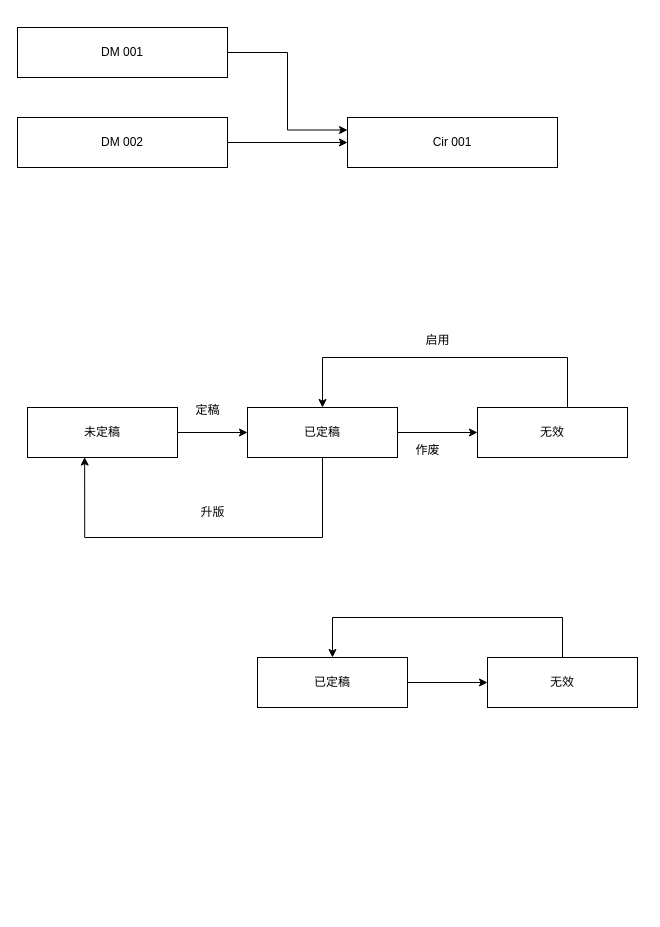
Earlier version of the draw.io diagram csdb/cir与DM的关联关系.drawio (DemonHan/KuickBuy). Source tidied: cells renumbered, new cells numbered last; positions are measured from the earlier drawing's top-left corner, leaving out a move shared by most shapes. Both pictures are drawn from the tidied source at 100%, with x=0, y=0 at pixel (17, 27).
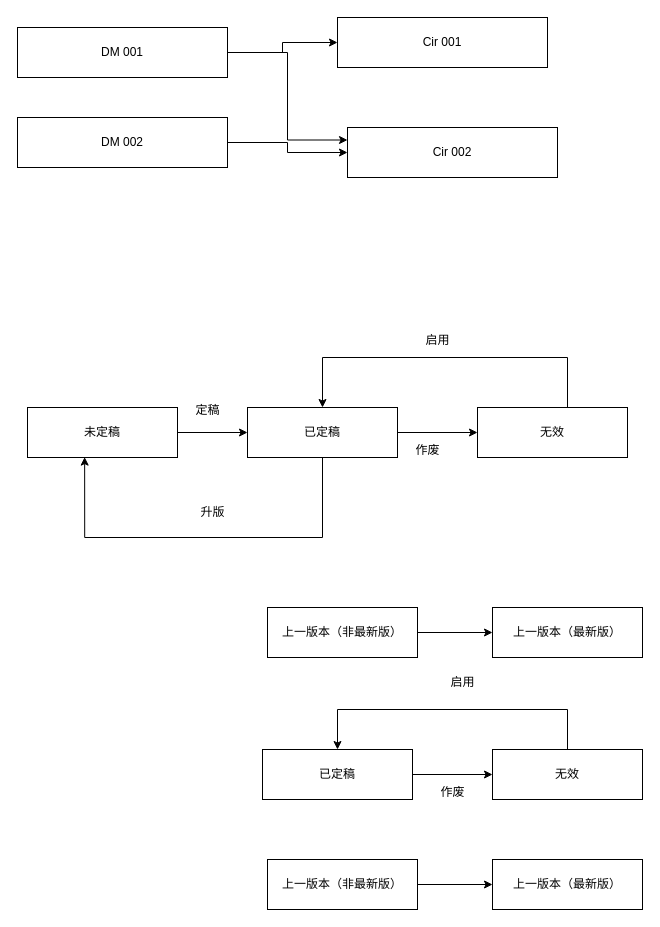
Above is the later version.

Commit message (it also covers changes not shown here):
更新cir与DM的关联关系.drawio

Unchanged cells that the change refers to:
```xml
<mxCell id="3" value="DM 001" style="rounded=0;whiteSpace=wrap;html=1;" parent="1" vertex="1">
  <mxGeometry width="210" height="50" as="geometry" />
</mxCell>
```

The edit, as a diff of the source:
```diff
@@
+    <mxCell id="22" style="edgeStyle=orthogonalEdgeStyle;rounded=0;jettySize=auto;html=1;" parent="1" edge="1" source="3" target="31">
+      <mxGeometry relative="1" as="geometry" />
+    </mxCell>
@@
-    <mxCell id="6" value="Cir 001" style="rounded=0;whiteSpace=wrap;html=1;" parent="1" vertex="1">
-      <mxGeometry x="330" y="90" width="210" height="50" as="geometry" />
+    <mxCell id="6" value="Cir 002" style="rounded=0;whiteSpace=wrap;html=1;" parent="1" vertex="1">
+      <mxGeometry x="330" y="100" width="210" height="50" as="geometry" />
     </mxCell>
@@
     <mxCell id="19" value="已定稿" style="rounded=0;whiteSpace=wrap;html=1;" parent="1" vertex="1">
-      <mxGeometry x="240" y="630" width="150" height="50" as="geometry" />
+      <mxGeometry x="245" y="722" width="150" height="50" as="geometry" />
     </mxCell>
     <mxCell id="20" style="edgeStyle=orthogonalEdgeStyle;rounded=0;jettySize=auto;html=1;entryX=0.5;entryY=0;entryDx=0;entryDy=0;" parent="1" edge="1" source="21" target="19">
       <mxGeometry relative="1" as="geometry">
         <Array as="points">
-          <mxPoint x="545" y="590" />
-          <mxPoint x="315" y="590" />
+          <mxPoint x="550" y="682" />
+          <mxPoint x="320" y="682" />
         </Array>
       </mxGeometry>
     </mxCell>
     <mxCell id="21" value="无效" style="rounded=0;whiteSpace=wrap;html=1;" parent="1" vertex="1">
-      <mxGeometry x="470" y="630" width="150" height="50" as="geometry" />
+      <mxGeometry x="475" y="722" width="150" height="50" as="geometry" />
     </mxCell>
+    <mxCell id="23" value="作废" style="text;html=1;align=center;verticalAlign=middle;strokeColor=none;fillColor=none;" parent="1" vertex="1">
+      <mxGeometry x="410" y="750" width="50" height="30" as="geometry" />
+    </mxCell>
+    <mxCell id="24" value="启用" style="text;html=1;align=center;verticalAlign=middle;strokeColor=none;fillColor=none;" parent="1" vertex="1">
+      <mxGeometry x="420" y="640" width="50" height="30" as="geometry" />
+    </mxCell>
+    <mxCell id="25" style="edgeStyle=orthogonalEdgeStyle;rounded=0;jettySize=auto;html=1;" parent="1" edge="1" source="26" target="27">
+      <mxGeometry relative="1" as="geometry" />
+    </mxCell>
+    <mxCell id="26" value="上一版本（非最新版）" style="rounded=0;whiteSpace=wrap;html=1;" parent="1" vertex="1">
+      <mxGeometry x="250" y="832" width="150" height="50" as="geometry" />
+    </mxCell>
+    <mxCell id="27" value="上一版本（最新版）" style="rounded=0;whiteSpace=wrap;html=1;" parent="1" vertex="1">
+      <mxGeometry x="475" y="832" width="150" height="50" as="geometry" />
+    </mxCell>
+    <mxCell id="28" style="edgeStyle=orthogonalEdgeStyle;rounded=0;jettySize=auto;html=1;" parent="1" edge="1" source="29" target="30">
+      <mxGeometry relative="1" as="geometry" />
+    </mxCell>
+    <mxCell id="29" value="上一版本（非最新版）" style="rounded=0;whiteSpace=wrap;html=1;" parent="1" vertex="1">
+      <mxGeometry x="250" y="580" width="150" height="50" as="geometry" />
+    </mxCell>
+    <mxCell id="30" value="上一版本（最新版）" style="rounded=0;whiteSpace=wrap;html=1;" parent="1" vertex="1">
+      <mxGeometry x="475" y="580" width="150" height="50" as="geometry" />
+    </mxCell>
+    <mxCell id="31" value="Cir 001" style="rounded=0;whiteSpace=wrap;html=1;" parent="1" vertex="1">
+      <mxGeometry x="320" y="-10" width="210" height="50" as="geometry" />
+    </mxCell>
```
